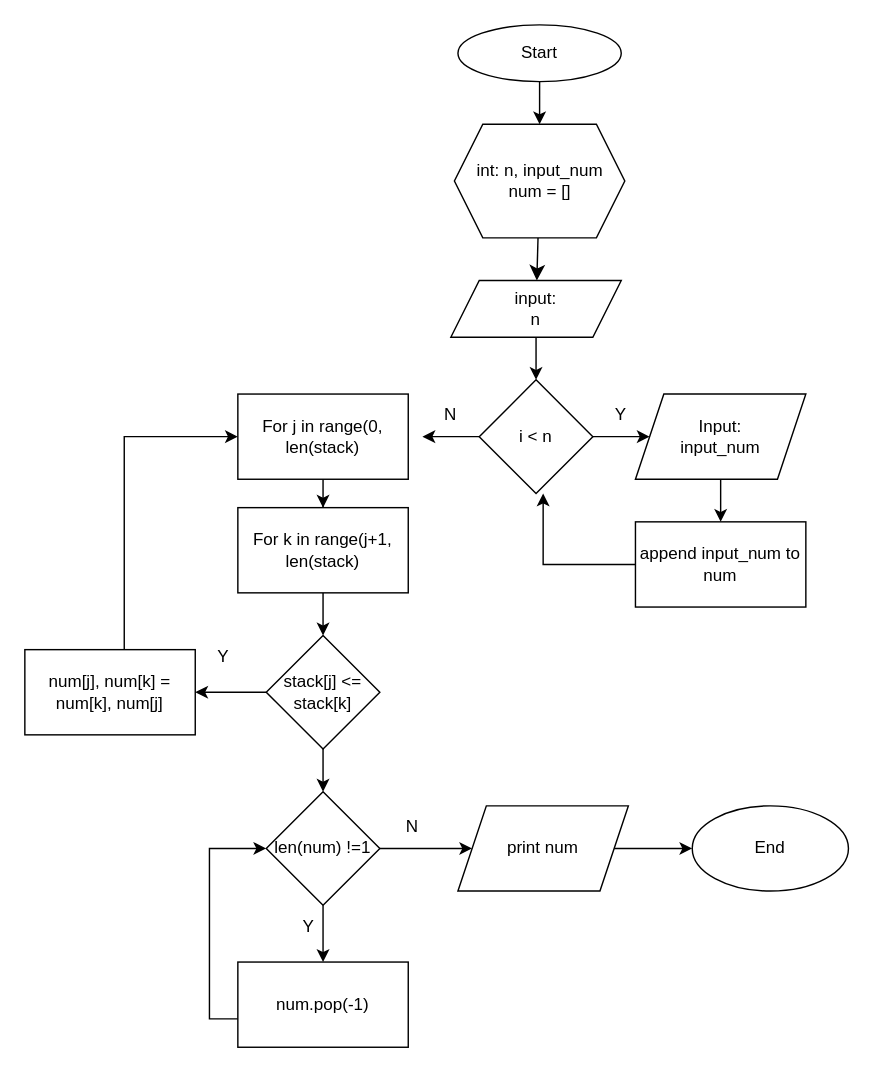
The draw.io diagram Untitled Diagram.drawio in 1nnocentia/Flowchart, before the edit. Source tidied: cells renumbered, new cells numbered last; positions are measured from the earlier drawing's top-left corner, leaving out a move shared by most shapes. Both pictures are drawn from the tidied source at 142%, with x=0, y=0 at pixel (24, 24).
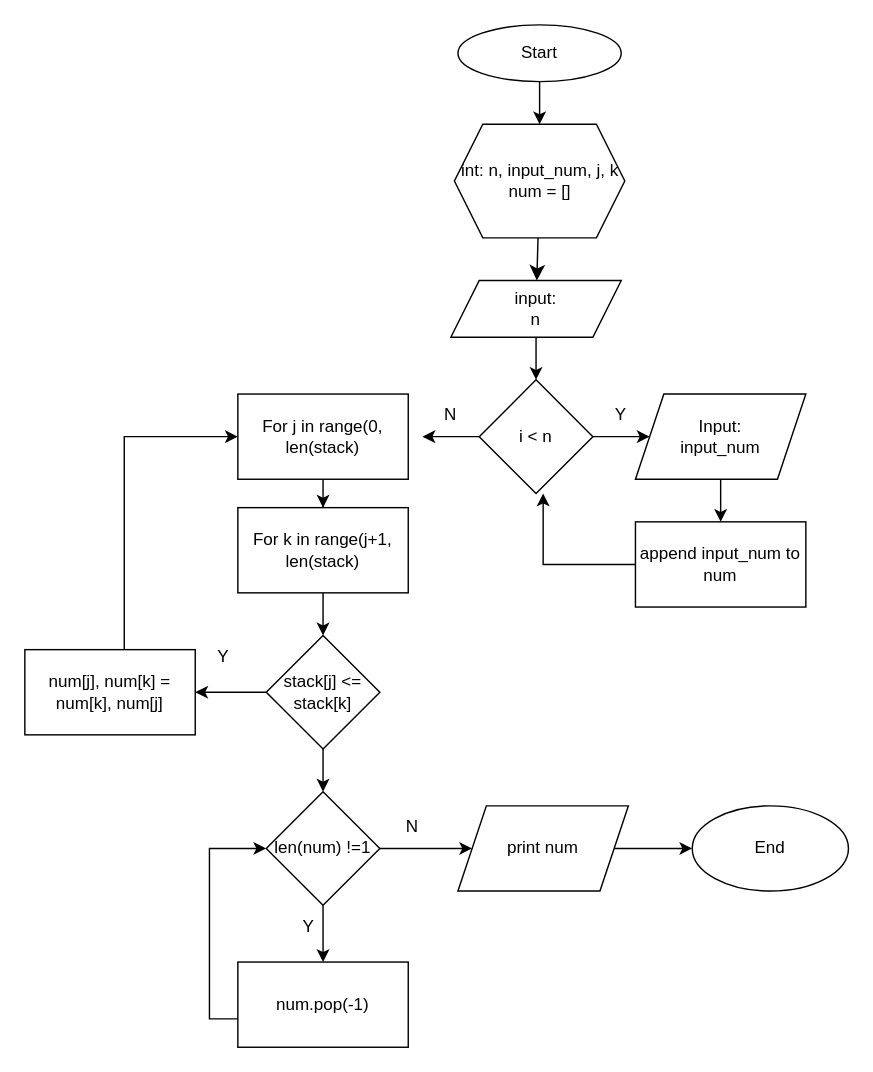
The same diagram, later.

The edit, as a diff of the source:
```diff
@@
-    <mxCell id="5" value="int: n, input_num&lt;div&gt;num = []&lt;/div&gt;" style="shape=hexagon;perimeter=hexagonPerimeter2;whiteSpace=wrap;html=1;fixedSize=1;" parent="1" vertex="1">
+    <mxCell id="5" value="int: n, input_num, j, k&lt;div&gt;num = []&lt;/div&gt;" style="shape=hexagon;perimeter=hexagonPerimeter2;whiteSpace=wrap;html=1;fixedSize=1;" parent="1" vertex="1">
       <mxGeometry x="302.5" y="70" width="120" height="80" as="geometry" />
     </mxCell>
```
